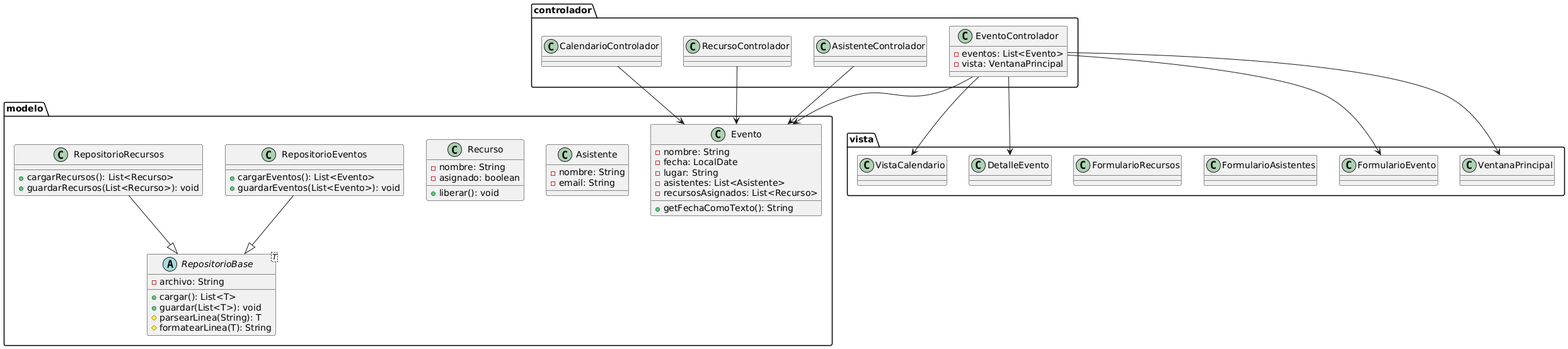
The PlantUML diagram UML_TP_FINAL.png in mariandamblena/EventosManagerPOO, before a commit. Its diagram source:
```plantuml
@startuml
package modelo {
    class Evento {
        - nombre: String
        - fecha: LocalDate
        - lugar: String
        - asistentes: List<Asistente>
        - recursosAsignados: List<Recurso>
        + getFechaComoTexto(): String
    }

    class Asistente {
        - nombre: String
        - email: String
    }

    class Recurso {
        - nombre: String
        - asignado: boolean
        + liberar(): void
    }

    abstract class RepositorioBase<T> {
        - archivo: String
        + cargar(): List<T>
        + guardar(List<T>): void
        # parsearLinea(String): T
        # formatearLinea(T): String
    }

    class RepositorioEventos {
        + cargarEventos(): List<Evento>
        + guardarEventos(List<Evento>): void
    }

    class RepositorioRecursos {
        + cargarRecursos(): List<Recurso>
        + guardarRecursos(List<Recurso>): void
    }

    RepositorioEventos --|> RepositorioBase
    RepositorioRecursos --|> RepositorioBase
}

package vista {
    class VentanaPrincipal
    class FormularioEvento
    class FormularioAsistentes
    class FormularioRecursos
    class DetalleEvento
    class VistaCalendario
}

package controlador {
    class EventoControlador {
        - eventos: List<Evento>
        - vista: VentanaPrincipal
    }

    class AsistenteControlador
    class RecursoControlador
    class CalendarioControlador

    EventoControlador --> modelo.Evento
    EventoControlador --> vista.VentanaPrincipal
    AsistenteControlador --> modelo.Evento
    RecursoControlador --> modelo.Evento
    CalendarioControlador --> modelo.Evento
    EventoControlador --> vista.DetalleEvento
    EventoControlador --> vista.FormularioEvento
    EventoControlador --> vista.VistaCalendario
}
@enduml
```
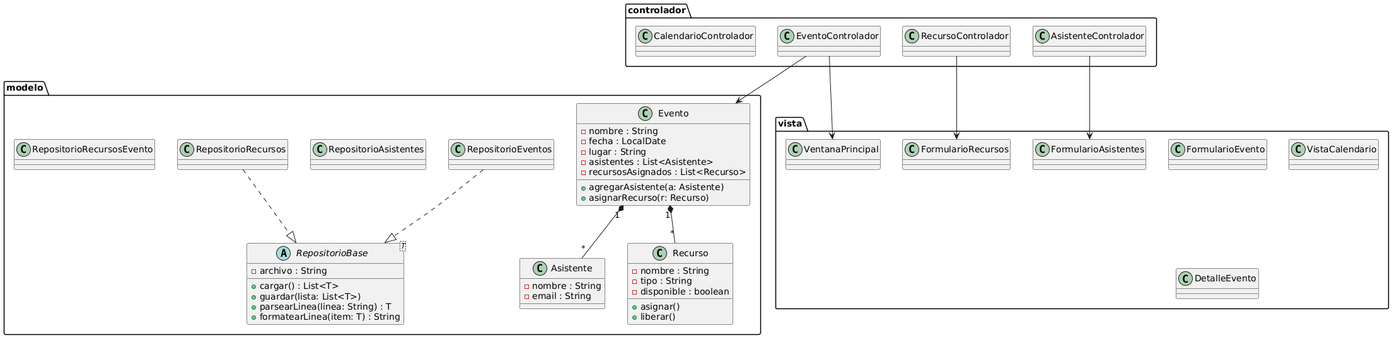
After the commit.

Change to the diagram source:
```diff
@@ -1,73 +1,65 @@
 @startuml
 package modelo {
-    class Evento {
-        - nombre: String
-        - fecha: LocalDate
-        - lugar: String
-        - asistentes: List<Asistente>
-        - recursosAsignados: List<Recurso>
-        + getFechaComoTexto(): String
-    }
+  class Evento {
+    - nombre : String
+    - fecha : LocalDate
+    - lugar : String
+    - asistentes : List<Asistente>
+    - recursosAsignados : List<Recurso>
+    + agregarAsistente(a: Asistente)
+    + asignarRecurso(r: Recurso)
+  }
 
-    class Asistente {
-        - nombre: String
-        - email: String
-    }
+  class Asistente {
+    - nombre : String
+    - email : String
+  }
 
-    class Recurso {
-        - nombre: String
-        - asignado: boolean
-        + liberar(): void
-    }
+  class Recurso {
+    - nombre : String
+    - tipo : String
+    - disponible : boolean
+    + asignar()
+    + liberar()
+  }
 
-    abstract class RepositorioBase<T> {
-        - archivo: String
-        + cargar(): List<T>
-        + guardar(List<T>): void
-        # parsearLinea(String): T
-        # formatearLinea(T): String
-    }
+  abstract class RepositorioBase<T> {
+    - archivo : String
+    + cargar() : List<T>
+    + guardar(lista: List<T>)
+    + parsearLinea(linea: String) : T
+    + formatearLinea(item: T) : String
+  }
 
-    class RepositorioEventos {
-        + cargarEventos(): List<Evento>
-        + guardarEventos(List<Evento>): void
-    }
+  class RepositorioEventos
+  class RepositorioAsistentes
+  class RepositorioRecursos
+  class RepositorioRecursosEvento
+}
 
-    class RepositorioRecursos {
-        + cargarRecursos(): List<Recurso>
-        + guardarRecursos(List<Recurso>): void
-    }
-
-    RepositorioEventos --|> RepositorioBase
-    RepositorioRecursos --|> RepositorioBase
+package controlador {
+  class EventoControlador
+  class AsistenteControlador
+  class RecursoControlador
+  class CalendarioControlador
 }
 
 package vista {
-    class VentanaPrincipal
-    class FormularioEvento
-    class FormularioAsistentes
-    class FormularioRecursos
-    class DetalleEvento
-    class VistaCalendario
+  class VentanaPrincipal
+  class FormularioEvento
+  class FormularioAsistentes
+  class FormularioRecursos
+  class VistaCalendario
+  class DetalleEvento
 }
 
-package controlador {
-    class EventoControlador {
-        - eventos: List<Evento>
-        - vista: VentanaPrincipal
-    }
+Evento "1" *-- "*" Asistente
+Evento "1" *-- "*" Recurso
+EventoControlador --> VentanaPrincipal
+EventoControlador --> Evento
+AsistenteControlador --> FormularioAsistentes
+RecursoControlador --> FormularioRecursos
 
-    class AsistenteControlador
-    class RecursoControlador
-    class CalendarioControlador
-
-    EventoControlador --> modelo.Evento
-    EventoControlador --> vista.VentanaPrincipal
-    AsistenteControlador --> modelo.Evento
-    RecursoControlador --> modelo.Evento
-    CalendarioControlador --> modelo.Evento
-    EventoControlador --> vista.DetalleEvento
-    EventoControlador --> vista.FormularioEvento
-    EventoControlador --> vista.VistaCalendario
-}
+RepositorioEventos ..|> RepositorioBase
+RepositorioRecursos ..|> RepositorioBase
 @enduml
```
